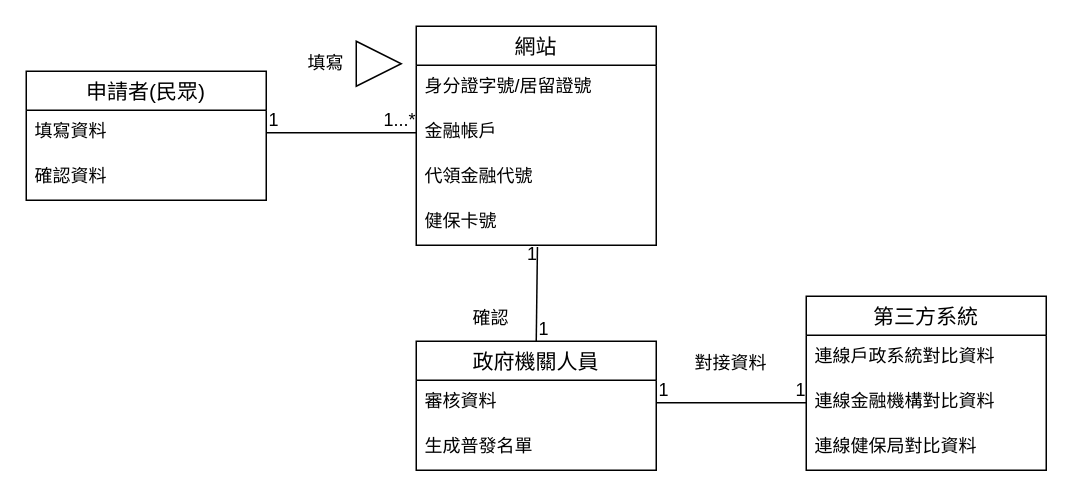
Before: page "2d" (4 of 6) of answer.drawio in YaXun1103/112-2Mid, a draw.io diagram. Source tidied: cells renumbered, new cells numbered last; positions are measured from the earlier drawing's top-left corner, leaving out a move shared by most shapes. Both pictures are drawn from the tidied source at 150%, with x=0, y=0 at pixel (26, 26).
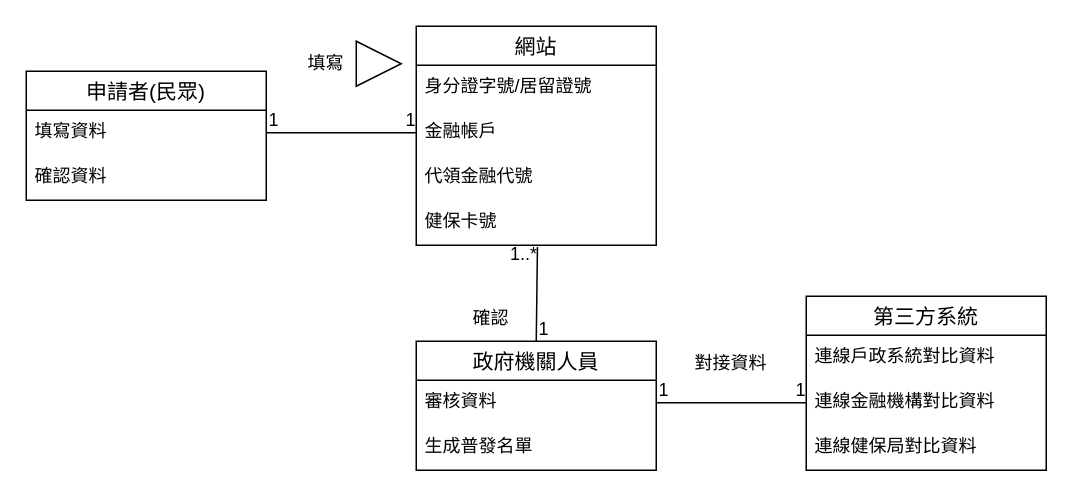
The same diagram, later.

Commit message (it also covers changes not shown here):
活動圖補充

Unchanged cells that the change refers to:
```xml
<mxCell id="17" style="endArrow=none;html=1;rounded=0;fontFamily=Helvetica;fontSize=12;exitX=1;exitY=0.5;exitDx=0;exitDy=0;entryX=0;entryY=0.5;entryDx=0;entryDy=0;" parent="1" edge="1" source="8" target="4">
  <mxGeometry relative="1" as="geometry" />
</mxCell>
<mxCell id="22" style="endArrow=none;html=1;rounded=0;fontFamily=Helvetica;fontSize=12;entryX=0.505;entryY=1.04;entryDx=0;entryDy=0;entryPerimeter=0;exitX=0.5;exitY=0;exitDx=0;exitDy=0;" parent="1" edge="1" source="10" target="6">
  <mxGeometry relative="1" as="geometry" />
</mxCell>
```

The edit, as a diff of the source:
```diff
@@
-    <mxCell id="19" value="1...*" style="html=1;align=right;verticalAlign=bottom;fontFamily=Helvetica;fontSize=12;" parent="17" vertex="1">
+    <mxCell id="19" value="1" style="html=1;align=right;verticalAlign=bottom;fontFamily=Helvetica;fontSize=12;" parent="17" vertex="1">
       <mxGeometry x="1" relative="1" as="geometry" />
     </mxCell>
@@
-    <mxCell id="24" value="1" style="html=1;align=right;verticalAlign=bottom;fontFamily=Helvetica;fontSize=12;" parent="22" vertex="1">
+    <mxCell id="24" value="1..*" style="html=1;align=right;verticalAlign=bottom;fontFamily=Helvetica;fontSize=12;" parent="22" vertex="1">
       <mxGeometry x="1" relative="1" as="geometry">
         <mxPoint y="13" as="offset" />
       </mxGeometry>
     </mxCell>
```
